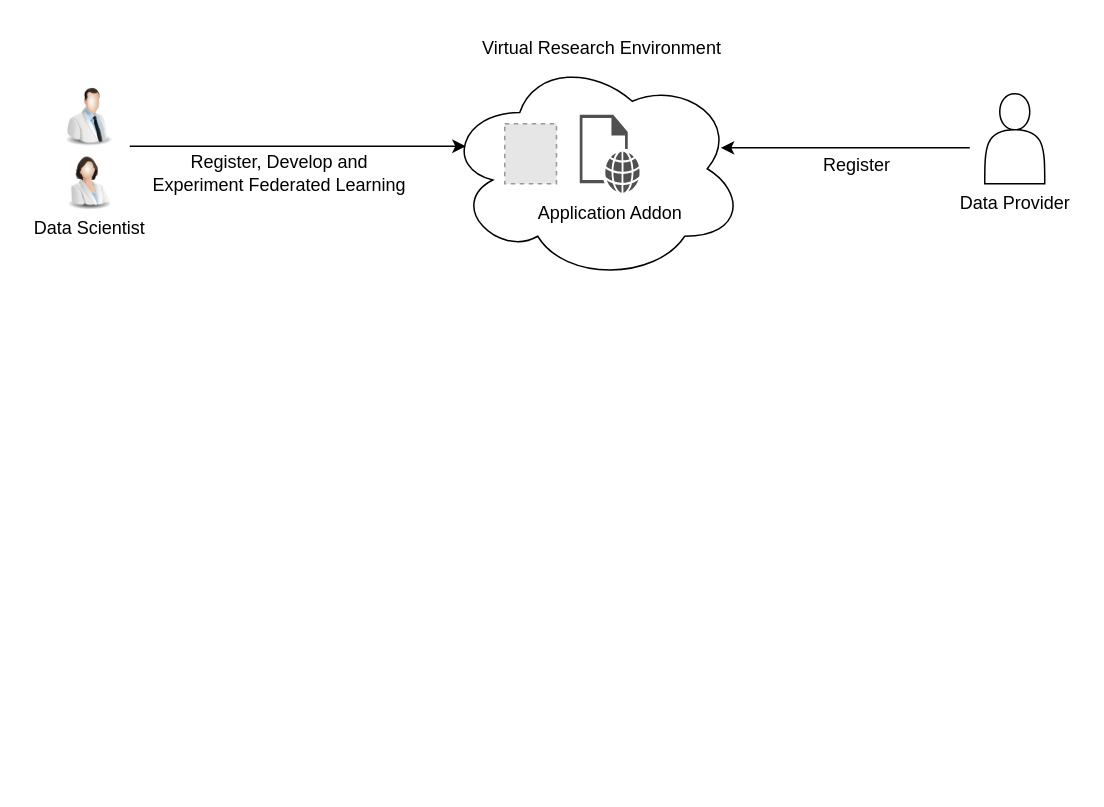
This is Thesis/Conceptual Design.drawio from anandanlk/Drawings, a draw.io file, before an edit. Source tidied: cells renumbered, new cells numbered last; positions are measured from the earlier drawing's top-left corner, leaving out a move shared by most shapes. Both pictures are drawn from the tidied source at 150%, with x=0, y=0 at pixel (24, 26). Pictures stored in the file or linked from it are replaced by grey dashed boxes.
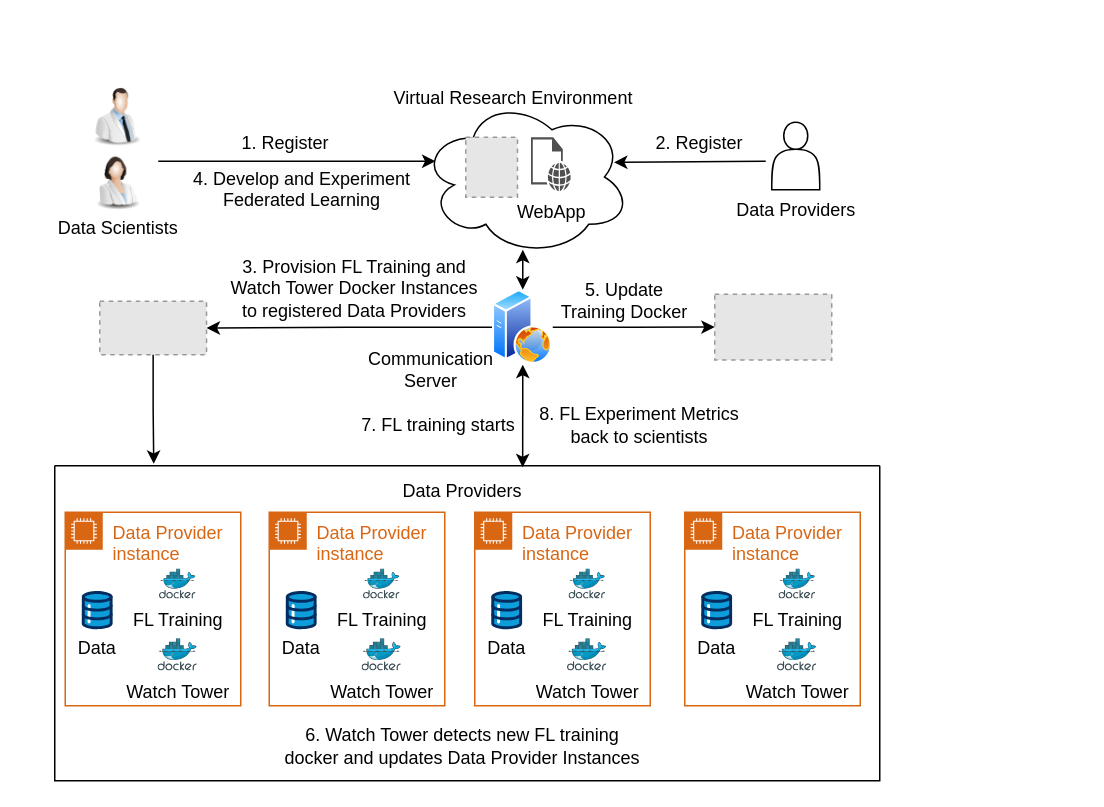
Above is the later version.

The edit, as a diff of the source:
```diff
@@
     <mxCell id="2" style="ellipse;shape=cloud;whiteSpace=wrap;html=1;" parent="1" vertex="1">
-      <mxGeometry x="280" y="20" width="200" height="150" as="geometry" />
+      <mxGeometry x="264" y="48" width="140" height="105" as="geometry" />
     </mxCell>
     <mxCell id="3" style="fillColor=#E6E6E6;strokeColor=#999999;dashed=1;verticalLabelPosition=bottom;verticalAlign=top;" parent="1" vertex="1">
-      <mxGeometry x="320" y="65" width="34.5" height="40" as="geometry" />
+      <mxGeometry x="294" y="74" width="34.5" height="40" as="geometry" />
     </mxCell>
-    <mxCell id="4" value="Application Addon" style="sketch=0;shadow=0;dashed=0;html=1;strokeColor=none;fillColor=#505050;labelPosition=center;verticalLabelPosition=bottom;verticalAlign=top;align=center;shape=mxgraph.office.concepts.web_page;" parent="1" vertex="1">
-      <mxGeometry x="370" y="59" width="40" height="52" as="geometry" />
+    <mxCell id="4" value="WebApp" style="sketch=0;shadow=0;dashed=0;html=1;strokeColor=none;fillColor=#505050;labelPosition=center;verticalLabelPosition=bottom;verticalAlign=top;align=center;shape=mxgraph.office.concepts.web_page;" parent="1" vertex="1">
+      <mxGeometry x="337.5" y="74" width="26.5" height="36" as="geometry" />
     </mxCell>
     <mxCell id="5" style="image;html=1;image=img/lib/clip_art/people/Scientist_Man_128x128.png;" parent="1" vertex="1">
-      <mxGeometry x="23" y="38" width="40" height="45" as="geometry" />
+      <mxGeometry x="42" y="38" width="40" height="45" as="geometry" />
     </mxCell>
     <mxCell id="6" style="image;html=1;image=img/lib/clip_art/people/Scientist_Woman_128x128.png;" parent="1" vertex="1">
-      <mxGeometry x="23" y="83" width="40" height="40" as="geometry" />
+      <mxGeometry x="42" y="83" width="40" height="40" as="geometry" />
     </mxCell>
     <mxCell id="7" value="Virtual Research Environment" style="text;html=1;align=center;verticalAlign=middle;whiteSpace=wrap;rounded=0;" parent="1" vertex="1">
-      <mxGeometry x="300" width="170" height="30" as="geometry" />
+      <mxGeometry x="241" y="33" width="170" height="30" as="geometry" />
     </mxCell>
     <mxCell id="8" style="endArrow=classic;html=1;rounded=0;entryX=0.07;entryY=0.4;entryDx=0;entryDy=0;entryPerimeter=0;" parent="1" edge="1" target="2">
       <mxGeometry relative="1" as="geometry">
-        <mxPoint x="70" y="80" as="sourcePoint" />
+        <mxPoint x="89" y="90" as="sourcePoint" />
       </mxGeometry>
     </mxCell>
-    <mxCell id="9" value="Register, Develop and Experiment Federated Learning" style="text;html=1;align=center;verticalAlign=middle;whiteSpace=wrap;rounded=0;" parent="1" vertex="1">
-      <mxGeometry x="80" y="83" width="180" height="30" as="geometry" />
+    <mxCell id="9" value="1. Register" style="text;html=1;align=center;verticalAlign=middle;whiteSpace=wrap;rounded=0;" parent="1" vertex="1">
+      <mxGeometry x="84" y="63" width="180" height="30" as="geometry" />
     </mxCell>
-    <mxCell id="10" style="shape=actor;whiteSpace=wrap;html=1;" parent="1" vertex="1">
-      <mxGeometry x="640" y="45" width="40" height="60" as="geometry" />
-    </mxCell>
     <mxCell id="11" style="endArrow=classic;startArrow=none;html=1;rounded=0;entryX=0.92;entryY=0.407;entryDx=0;entryDy=0;entryPerimeter=0;startFill=0;" parent="1" edge="1" target="2">
       <mxGeometry relative="1" as="geometry">
-        <mxPoint x="630" y="81" as="sourcePoint" />
+        <mxPoint x="494" y="90" as="sourcePoint" />
       </mxGeometry>
     </mxCell>
-    <mxCell id="12" value="Register" style="text;html=1;align=center;verticalAlign=middle;whiteSpace=wrap;rounded=0;" parent="1" vertex="1">
-      <mxGeometry x="520" y="80" width="70" height="25" as="geometry" />
+    <mxCell id="12" value="2. Register" style="text;html=1;align=center;verticalAlign=middle;whiteSpace=wrap;rounded=0;" parent="1" vertex="1">
+      <mxGeometry x="415" y="65" width="70" height="25" as="geometry" />
     </mxCell>
+    <mxCell id="14" value="Data Scientists" style="text;html=1;align=center;verticalAlign=middle;whiteSpace=wrap;rounded=0;" parent="1" vertex="1">
+      <mxGeometry x="19.5" y="122" width="85" height="25" as="geometry" />
+    </mxCell>
+    <mxCell id="15" style="edgeStyle=orthogonalEdgeStyle;rounded=0;jettySize=auto;html=1;entryX=0.486;entryY=0.962;entryDx=0;entryDy=0;entryPerimeter=0;startArrow=classic;startFill=1;" parent="1" edge="1" source="18" target="2">
+      <mxGeometry relative="1" as="geometry" />
+    </mxCell>
+    <mxCell id="16" style="edgeStyle=orthogonalEdgeStyle;rounded=0;jettySize=auto;html=1;entryX=1;entryY=0.5;entryDx=0;entryDy=0;" parent="1" edge="1" source="18" target="22">
+      <mxGeometry relative="1" as="geometry" />
+    </mxCell>
+    <mxCell id="17" style="edgeStyle=orthogonalEdgeStyle;rounded=0;jettySize=auto;html=1;entryX=0;entryY=0.5;entryDx=0;entryDy=0;" parent="1" edge="1" source="18" target="20">
+      <mxGeometry relative="1" as="geometry" />
+    </mxCell>
+    <mxCell id="18" style="image;perimeter=ellipsePerimeter;html=1;align=center;shadow=0;dashed=0;spacingTop=3;image=img/lib/active_directory/web_server.svg;" parent="1" vertex="1">
+      <mxGeometry x="312" y="175.6" width="40" height="50" as="geometry" />
+    </mxCell>
+    <mxCell id="19" style="group;" parent="1" vertex="1">
+      <mxGeometry x="471.5" y="64" width="85" height="71" as="geometry" />
+    </mxCell>
+    <mxCell id="10" style="shape=actor;whiteSpace=wrap;html=1;" parent="19" vertex="1">
+      <mxGeometry x="26.5" width="32" height="45" as="geometry" />
+    </mxCell>
-    <mxCell id="13" value="Data Provider" style="text;html=1;align=center;verticalAlign=middle;whiteSpace=wrap;rounded=0;" parent="1" vertex="1">
-      <mxGeometry x="617.5" y="105" width="85" height="25" as="geometry" />
+    <mxCell id="13" value="Data Providers" style="text;html=1;align=center;verticalAlign=middle;whiteSpace=wrap;rounded=0;" parent="19" vertex="1">
+      <mxGeometry y="46" width="85" height="25" as="geometry" />
     </mxCell>
-    <mxCell id="14" value="Data Scientist" style="text;html=1;align=center;verticalAlign=middle;whiteSpace=wrap;rounded=0;" parent="1" vertex="1">
-      <mxGeometry x="0.5" y="122" width="85" height="25" as="geometry" />
-    </mxCell>
+    <mxCell id="20" style="fillColor=#E6E6E6;strokeColor=#999999;dashed=1;verticalLabelPosition=bottom;labelBackgroundColor=default;verticalAlign=top;" parent="1" vertex="1">
+      <mxGeometry x="460" y="178.6" width="78" height="43.9" as="geometry" />
+    </mxCell>
+    <mxCell id="21" value="&lt;span style=&quot;color: rgb(0, 0, 0); font-family: Helvetica; font-size: 12px; font-style: normal; font-variant-ligatures: normal; font-variant-caps: normal; font-weight: 400; letter-spacing: normal; orphans: 2; text-indent: 0px; text-transform: none; widows: 2; word-spacing: 0px; -webkit-text-stroke-width: 0px; white-space: normal; background-color: rgb(251, 251, 251); text-decoration-thickness: initial; text-decoration-style: initial; text-decoration-color: initial; float: none; display: inline !important;&quot;&gt;4. Develop and Experiment Federated Learning&lt;/span&gt;" style="text;whiteSpace=wrap;html=1;align=center;" parent="1" vertex="1">
+      <mxGeometry x="85" y="87.5" width="200" height="40" as="geometry" />
+    </mxCell>
+    <mxCell id="22" style="fillColor=#E6E6E6;strokeColor=#999999;dashed=1;verticalLabelPosition=bottom;labelBackgroundColor=default;verticalAlign=top;" parent="1" vertex="1">
+      <mxGeometry x="50" y="183.4" width="71.2" height="35.6" as="geometry" />
+    </mxCell>
+    <mxCell id="23" value="3. Provision FL Training and Watch Tower Docker Instances to registered Data Providers" style="text;html=1;align=center;verticalAlign=middle;whiteSpace=wrap;rounded=0;" parent="1" vertex="1">
+      <mxGeometry x="135" y="154" width="170" height="42.6" as="geometry" />
+    </mxCell>
+    <mxCell id="24" value="5. Update Training Docker" style="text;html=1;align=center;verticalAlign=middle;whiteSpace=wrap;rounded=0;" parent="1" vertex="1">
+      <mxGeometry x="355" y="168" width="90" height="30" as="geometry" />
+    </mxCell>
+    <mxCell id="25" value="6. Watch Tower detects new FL training docker and updates Data Provider Instances" style="text;html=1;align=center;verticalAlign=middle;whiteSpace=wrap;rounded=0;" parent="1" vertex="1">
+      <mxGeometry x="167" y="470" width="250" height="20" as="geometry" />
+    </mxCell>
+    <mxCell id="26" style="edgeStyle=orthogonalEdgeStyle;rounded=0;jettySize=auto;html=1;exitX=0.5;exitY=1;exitDx=0;exitDy=0;entryX=0.12;entryY=-0.006;entryDx=0;entryDy=0;entryPerimeter=0;" parent="1" edge="1" source="22" target="47">
+      <mxGeometry relative="1" as="geometry" />
+    </mxCell>
+    <mxCell id="27" value="Communication Server" style="text;html=1;align=center;verticalAlign=middle;whiteSpace=wrap;rounded=0;" parent="1" vertex="1">
+      <mxGeometry x="241" y="214" width="60" height="30" as="geometry" />
+    </mxCell>
+    <mxCell id="28" style="edgeStyle=orthogonalEdgeStyle;rounded=0;jettySize=auto;html=1;entryX=0.944;entryY=-0.3;entryDx=0;entryDy=0;entryPerimeter=0;startArrow=classic;startFill=1;" parent="1" edge="1" source="18" target="48">
+      <mxGeometry relative="1" as="geometry" />
+    </mxCell>
+    <mxCell id="29" value="7. FL training starts" style="text;html=1;align=center;verticalAlign=middle;whiteSpace=wrap;rounded=0;" parent="1" vertex="1">
+      <mxGeometry x="215.5" y="256" width="120" height="20" as="geometry" />
+    </mxCell>
+    <mxCell id="30" style="group;" parent="1" vertex="1">
+      <mxGeometry x="20" y="293" width="550" height="210" as="geometry" />
+    </mxCell>
+    <mxCell id="31" value="Data Provider instance" style="gradientColor=none;html=1;whiteSpace=wrap;fontSize=12;fontStyle=0;shape=mxgraph.aws4.group;grIcon=mxgraph.aws4.group_ec2_instance_contents;strokeColor=#D86613;fillColor=none;verticalAlign=top;align=left;spacingLeft=30;fontColor=#D86613;dashed=0;" parent="30" vertex="1">
+      <mxGeometry x="7" y="31" width="117" height="129" as="geometry" />
+    </mxCell>
+    <mxCell id="32" value="FL Training" style="image;sketch=0;html=1;align=center;fontSize=12;image=img/lib/mscae/Docker.svg;" parent="31" vertex="1">
+      <mxGeometry x="63" y="38" width="24.4" height="20" as="geometry" />
+    </mxCell>
+    <mxCell id="33" value="Data" style="verticalLabelPosition=bottom;html=1;shape=mxgraph.salesforce.data;" parent="31" vertex="1">
+      <mxGeometry x="11" y="52.5" width="20.6" height="25.5" as="geometry" />
+    </mxCell>
+    <mxCell id="34" value="Watch Tower" style="image;sketch=0;html=1;align=center;fontSize=12;image=img/lib/mscae/Docker.svg;" parent="31" vertex="1">
+      <mxGeometry x="62" y="84.5" width="26.2" height="21.5" as="geometry" />
+    </mxCell>
+    <mxCell id="35" value="Data Provider instance" style="gradientColor=none;html=1;whiteSpace=wrap;fontSize=12;fontStyle=0;shape=mxgraph.aws4.group;grIcon=mxgraph.aws4.group_ec2_instance_contents;strokeColor=#D86613;fillColor=none;verticalAlign=top;align=left;spacingLeft=30;fontColor=#D86613;dashed=0;" parent="30" vertex="1">
+      <mxGeometry x="143" y="31" width="117" height="129" as="geometry" />
+    </mxCell>
+    <mxCell id="36" value="FL Training" style="image;sketch=0;html=1;align=center;fontSize=12;image=img/lib/mscae/Docker.svg;" parent="35" vertex="1">
+      <mxGeometry x="63" y="38" width="24.4" height="20" as="geometry" />
+    </mxCell>
+    <mxCell id="37" value="Data" style="verticalLabelPosition=bottom;html=1;shape=mxgraph.salesforce.data;" parent="35" vertex="1">
+      <mxGeometry x="11" y="52.5" width="20.6" height="25.5" as="geometry" />
+    </mxCell>
+    <mxCell id="38" value="Watch Tower" style="image;sketch=0;html=1;align=center;fontSize=12;image=img/lib/mscae/Docker.svg;" parent="35" vertex="1">
+      <mxGeometry x="62" y="84.5" width="26.2" height="21.5" as="geometry" />
+    </mxCell>
+    <mxCell id="39" value="Data Provider instance" style="gradientColor=none;html=1;whiteSpace=wrap;fontSize=12;fontStyle=0;shape=mxgraph.aws4.group;grIcon=mxgraph.aws4.group_ec2_instance_contents;strokeColor=#D86613;fillColor=none;verticalAlign=top;align=left;spacingLeft=30;fontColor=#D86613;dashed=0;" parent="30" vertex="1">
+      <mxGeometry x="420" y="31" width="117" height="129" as="geometry" />
+    </mxCell>
+    <mxCell id="40" value="FL Training" style="image;sketch=0;html=1;align=center;fontSize=12;image=img/lib/mscae/Docker.svg;" parent="39" vertex="1">
+      <mxGeometry x="63" y="38" width="24.4" height="20" as="geometry" />
+    </mxCell>
+    <mxCell id="41" value="Data" style="verticalLabelPosition=bottom;html=1;shape=mxgraph.salesforce.data;" parent="39" vertex="1">
+      <mxGeometry x="11" y="52.5" width="20.6" height="25.5" as="geometry" />
+    </mxCell>
+    <mxCell id="42" value="Watch Tower" style="image;sketch=0;html=1;align=center;fontSize=12;image=img/lib/mscae/Docker.svg;" parent="39" vertex="1">
+      <mxGeometry x="62" y="84.5" width="26.2" height="21.5" as="geometry" />
+    </mxCell>
+    <mxCell id="43" value="Data Provider instance" style="gradientColor=none;html=1;whiteSpace=wrap;fontSize=12;fontStyle=0;shape=mxgraph.aws4.group;grIcon=mxgraph.aws4.group_ec2_instance_contents;strokeColor=#D86613;fillColor=none;verticalAlign=top;align=left;spacingLeft=30;fontColor=#D86613;dashed=0;" parent="30" vertex="1">
+      <mxGeometry x="280" y="31" width="117" height="129" as="geometry" />
+    </mxCell>
+    <mxCell id="44" value="FL Training" style="image;sketch=0;html=1;align=center;fontSize=12;image=img/lib/mscae/Docker.svg;" parent="43" vertex="1">
+      <mxGeometry x="63" y="38" width="24.4" height="20" as="geometry" />
+    </mxCell>
+    <mxCell id="45" value="Data" style="verticalLabelPosition=bottom;html=1;shape=mxgraph.salesforce.data;" parent="43" vertex="1">
+      <mxGeometry x="11" y="52.5" width="20.6" height="25.5" as="geometry" />
+    </mxCell>
+    <mxCell id="46" value="Watch Tower" style="image;sketch=0;html=1;align=center;fontSize=12;image=img/lib/mscae/Docker.svg;" parent="43" vertex="1">
+      <mxGeometry x="62" y="84.5" width="26.2" height="21.5" as="geometry" />
+    </mxCell>
+    <mxCell id="47" style="swimlane;startSize=0;" parent="30" vertex="1">
+      <mxGeometry width="550" height="210" as="geometry" />
+    </mxCell>
+    <mxCell id="48" value="Data Providers" style="text;html=1;align=center;verticalAlign=middle;whiteSpace=wrap;rounded=0;" parent="47" vertex="1">
+      <mxGeometry x="227" y="7" width="90" height="20" as="geometry" />
+    </mxCell>
+    <mxCell id="49" value="8. FL Experiment Metrics back to scientists" style="text;html=1;align=center;verticalAlign=middle;whiteSpace=wrap;rounded=0;" parent="1" vertex="1">
+      <mxGeometry x="340" y="256" width="140" height="20" as="geometry" />
+    </mxCell>
```
